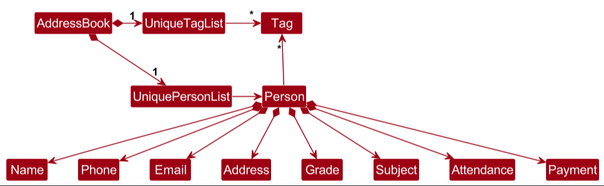
The PlantUML diagram docs/images/BetterModelClassDiagram.png in zoebelle-pang/tp, before a commit. Its source is kept beside it as docs/diagrams/BetterModelClassDiagram.puml.
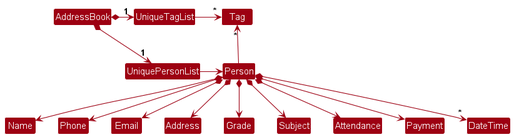
Later version of the same file.

Change to the diagram source:
```diff
@@ -20,7 +20,7 @@
 Person *--> Address
 Person *--> Grade
 Person *--> Subject
-Person *--> "*" DateTime
 Person *--> Attendance
 Person *--> Payment
+Person *--> "*" DateTime
 @enduml
```
